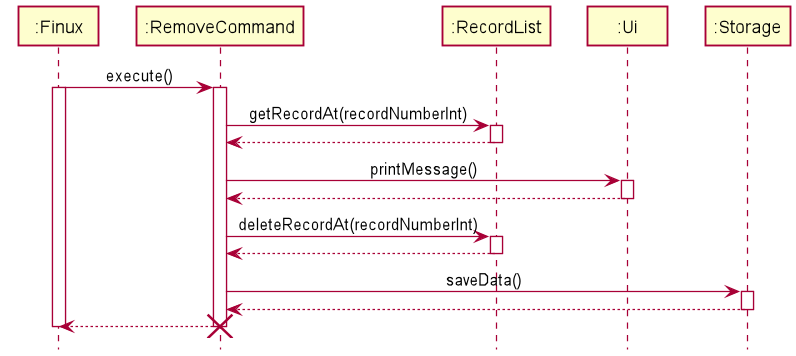
nus-cs2113-AY2021S2/tp keeps this PlantUML diagram as docs/img/RemoveFeatureSequenceDiagram.png. Above is the earlier version.
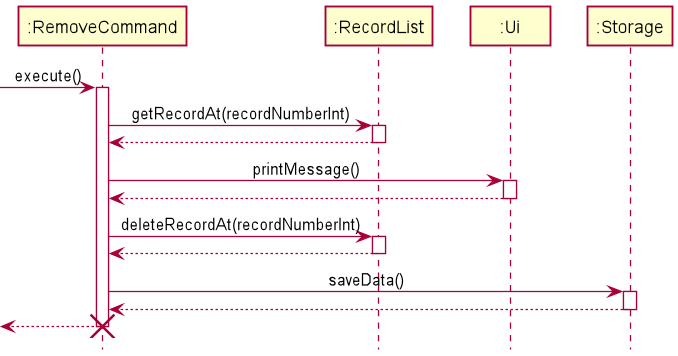
After the change.

Change to the diagram source:
```diff
@@ -1,8 +1,7 @@
 @startuml
 !include style.puml
 
-":Finux" -> ":RemoveCommand": execute()
-activate ":Finux"
+[-> ":RemoveCommand": execute()
 activate ":RemoveCommand"
 
 ":RemoveCommand" -> ":RecordList" : getRecordAt(recordNumberInt)
@@ -26,9 +25,8 @@
 ":Storage" --> ":RemoveCommand"
 deactivate ":Storage"
 
-":RemoveCommand" --> ":Finux"
+[<-- ":RemoveCommand"
 deactivate ":RemoveCommand"
 destroy ":RemoveCommand"
-deactivate ":Finux"
 
 @enduml
```
